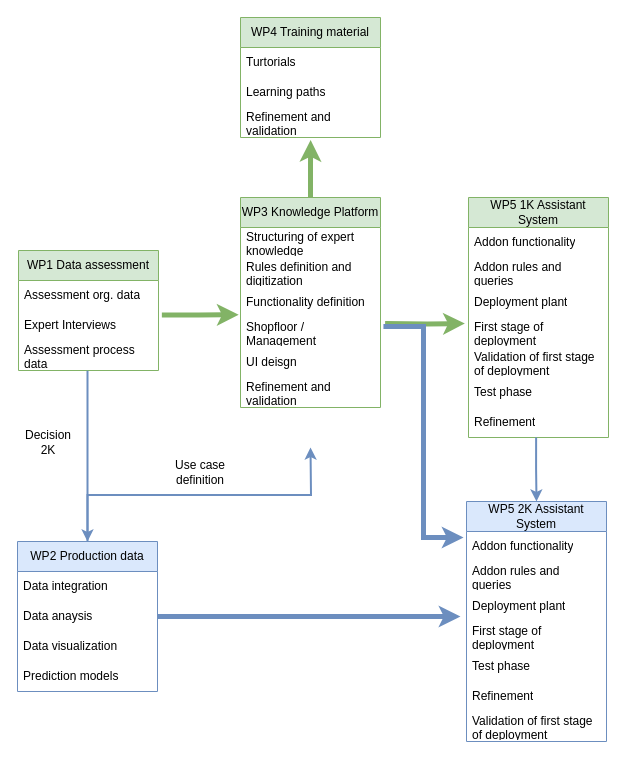
The draw.io diagram pertRico.drawio in kay-squared/PyTorchLearn, before the edit. Source tidied: cells renumbered, new cells numbered last; positions are measured from the earlier drawing's top-left corner, leaving out a move shared by most shapes. Both pictures are drawn from the tidied source at 100%, with x=0, y=0 at pixel (17, 17).
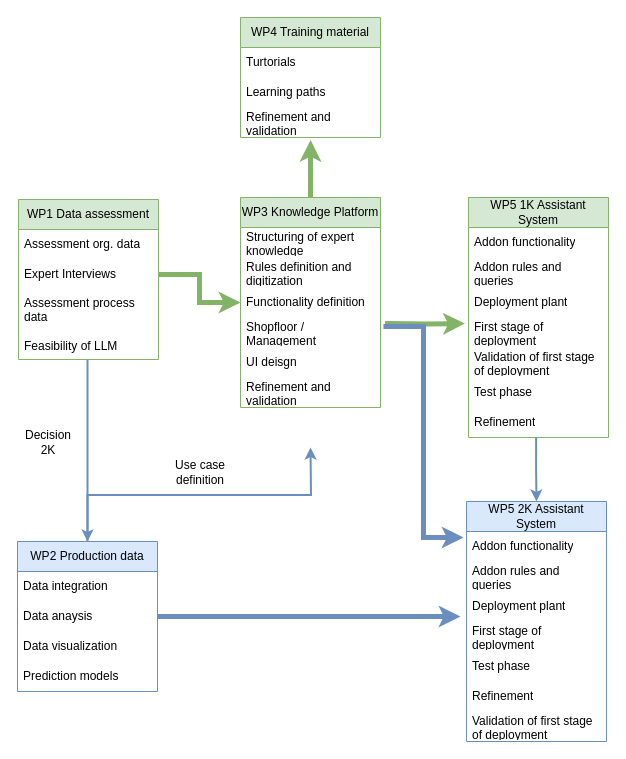
Above is the later version.

Unchanged cells that the change refers to:
```xml
<mxCell id="4" value="Expert Interviews" style="text;strokeColor=none;fillColor=none;align=left;verticalAlign=middle;spacingLeft=4;spacingRight=4;overflow=hidden;points=[[0,0.5],[1,0.5]];portConstraint=eastwest;whiteSpace=wrap;html=1;" parent="2" vertex="1">
  <mxGeometry y="60" width="140" height="30" as="geometry" />
</mxCell>
<mxCell id="18" value="Functionality definition" style="text;strokeColor=none;fillColor=none;align=left;verticalAlign=middle;spacingLeft=4;spacingRight=4;overflow=hidden;points=[[0,0.5],[1,0.5]];portConstraint=eastwest;whiteSpace=wrap;html=1;" parent="15" vertex="1">
  <mxGeometry y="90" width="140" height="30" as="geometry" />
</mxCell>
```

The edit, as a diff of the source:
```diff
@@
     <mxCell id="2" value="WP1 Data assessment" style="swimlane;fontStyle=0;horizontal=1;startSize=30;whiteSpace=wrap;html=1;fillColor=#d5e8d4;strokeColor=#82b366;" parent="1" vertex="1">
-      <mxGeometry x="1" y="233" width="140" height="120" as="geometry" />
+      <mxGeometry x="1" y="182" width="140" height="160" as="geometry" />
     </mxCell>
@@
-    <mxCell id="5" value="Assessment process data" style="text;strokeColor=none;fillColor=none;align=left;verticalAlign=middle;spacingLeft=4;spacingRight=4;overflow=hidden;points=[[0,0.5],[1,0.5]];portConstraint=eastwest;whiteSpace=wrap;html=1;" parent="2" vertex="1">
-      <mxGeometry y="90" width="140" height="30" as="geometry" />
+    <mxCell id="5" value="Assessment process data&lt;br&gt;&lt;br&gt;Feasibility of LLM" style="text;strokeColor=none;fillColor=none;align=left;verticalAlign=middle;spacingLeft=4;spacingRight=4;overflow=hidden;points=[[0,0.5],[1,0.5]];portConstraint=eastwest;whiteSpace=wrap;html=1;" parent="2" vertex="1">
+      <mxGeometry y="90" width="140" height="70" as="geometry" />
     </mxCell>
@@
-    <mxCell id="31" style="edgeStyle=orthogonalEdgeStyle;rounded=0;jettySize=auto;html=1;fillColor=#d5e8d4;strokeColor=#82b366;strokeWidth=5;entryX=-0.013;entryY=-0.093;entryDx=0;entryDy=0;entryPerimeter=0;exitX=1.024;exitY=0.147;exitDx=0;exitDy=0;exitPerimeter=0;" parent="1" edge="1" source="4">
-      <mxGeometry relative="1" as="geometry">
-        <mxPoint x="221.2" y="297.2" as="targetPoint" />
-      </mxGeometry>
-    </mxCell>
@@
+    <mxCell id="48" style="edgeStyle=orthogonalEdgeStyle;rounded=0;jettySize=auto;html=1;fillColor=#d5e8d4;strokeColor=#82b366;strokeWidth=5;" parent="1" edge="1" source="4" target="18">
+      <mxGeometry relative="1" as="geometry" />
+    </mxCell>
```
